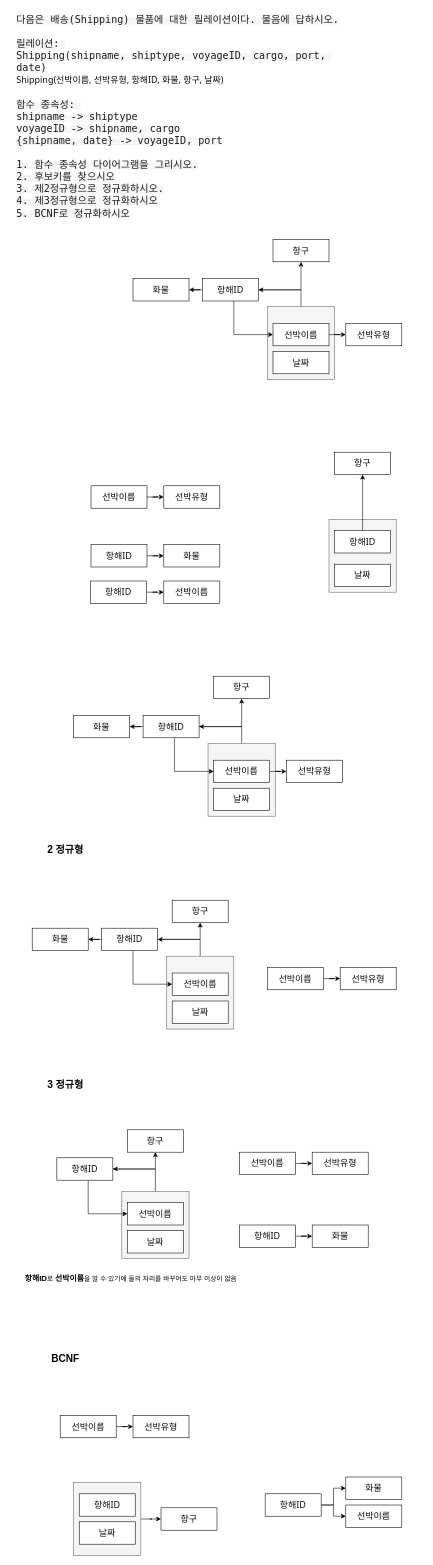
The draw.io diagram page "연습 문제 2" (2 of 2) of 정규화 (이상현상, 함수종속성)/연습문제/함수종속성 연습문제.drawio in kimYong91/sql-study, before the edit. Source tidied: cells renumbered, new cells numbered last; positions are measured from the earlier drawing's top-left corner, leaving out a move shared by most shapes. Both pictures are drawn from the tidied source at 56%, with x=0, y=0 at pixel (10, 10).
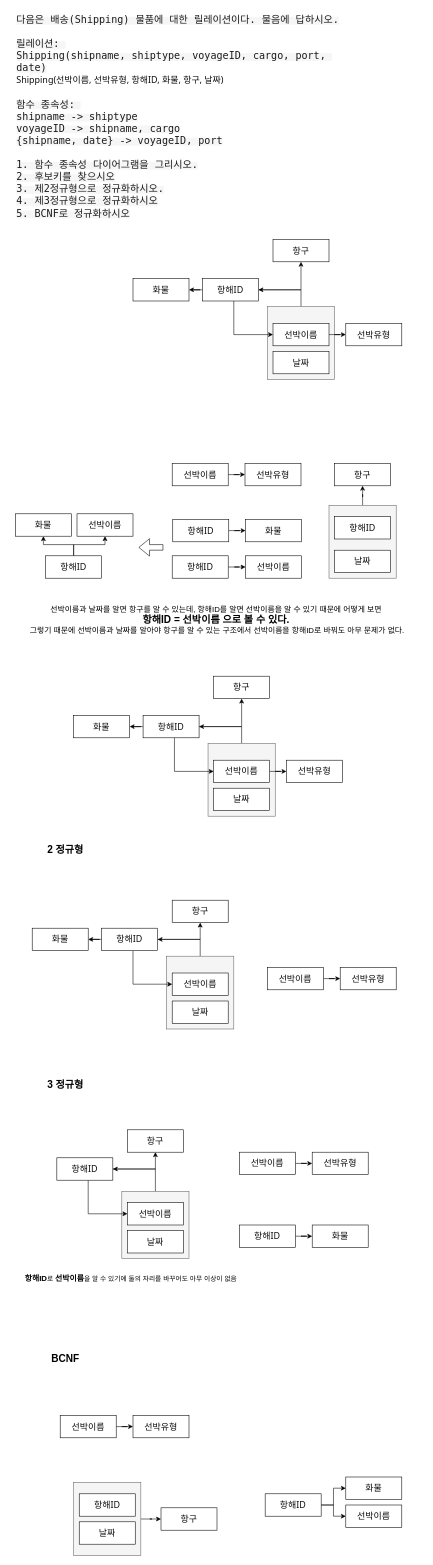
Above is the later version.

Commit message:
함수종속성 연습문제

Change to the diagram source:
```diff
@@
+    <mxCell id="85" style="edgeStyle=orthogonalEdgeStyle;rounded=0;jettySize=auto;html=1;" parent="1" edge="1" source="2" target="81">
+      <mxGeometry relative="1" as="geometry" />
+    </mxCell>
     <mxCell id="2" style="rounded=0;whiteSpace=wrap;html=1;fillColor=#f5f5f5;strokeColor=#666666;fontColor=#333333;" parent="1" vertex="1">
-      <mxGeometry x="569" y="910" width="120" height="130" as="geometry" />
+      <mxGeometry x="569" y="885" width="120" height="130" as="geometry" />
     </mxCell>
@@
     <mxCell id="73" value="&lt;span style=&quot;color: rgb(13, 13, 13); font-family: Söhne, ui-sans-serif, system-ui, -apple-system, &amp;quot;Segoe UI&amp;quot;, Roboto, Ubuntu, Cantarell, &amp;quot;Noto Sans&amp;quot;, sans-serif, &amp;quot;Helvetica Neue&amp;quot;, Arial, &amp;quot;Apple Color Emoji&amp;quot;, &amp;quot;Segoe UI Emoji&amp;quot;, &amp;quot;Segoe UI Symbol&amp;quot;, &amp;quot;Noto Color Emoji&amp;quot;; font-size: 16px; text-align: left; white-space-collapse: preserve; background-color: rgb(255, 255, 255);&quot;&gt;선박이름&lt;/span&gt;" style="whiteSpace=wrap;html=1;align=center;" parent="1" vertex="1">
-      <mxGeometry x="144" y="850" width="100" height="40" as="geometry" />
+      <mxGeometry x="289" y="810" width="100" height="40" as="geometry" />
     </mxCell>
     <mxCell id="74" value="&lt;span style=&quot;color: rgb(13, 13, 13); font-family: Söhne, ui-sans-serif, system-ui, -apple-system, &amp;quot;Segoe UI&amp;quot;, Roboto, Ubuntu, Cantarell, &amp;quot;Noto Sans&amp;quot;, sans-serif, &amp;quot;Helvetica Neue&amp;quot;, Arial, &amp;quot;Apple Color Emoji&amp;quot;, &amp;quot;Segoe UI Emoji&amp;quot;, &amp;quot;Segoe UI Symbol&amp;quot;, &amp;quot;Noto Color Emoji&amp;quot;; font-size: 16px; text-align: left; white-space-collapse: preserve; background-color: rgb(255, 255, 255);&quot;&gt;선박유형&lt;/span&gt;" style="whiteSpace=wrap;html=1;align=center;" parent="1" vertex="1">
-      <mxGeometry x="274" y="850" width="100" height="40" as="geometry" />
+      <mxGeometry x="419" y="810" width="100" height="40" as="geometry" />
     </mxCell>
@@
     <mxCell id="76" value="&lt;span style=&quot;color: rgb(13, 13, 13); font-family: Söhne, ui-sans-serif, system-ui, -apple-system, &amp;quot;Segoe UI&amp;quot;, Roboto, Ubuntu, Cantarell, &amp;quot;Noto Sans&amp;quot;, sans-serif, &amp;quot;Helvetica Neue&amp;quot;, Arial, &amp;quot;Apple Color Emoji&amp;quot;, &amp;quot;Segoe UI Emoji&amp;quot;, &amp;quot;Segoe UI Symbol&amp;quot;, &amp;quot;Noto Color Emoji&amp;quot;; font-size: 16px; text-align: left; white-space-collapse: preserve; background-color: rgb(255, 255, 255);&quot;&gt;항해ID&lt;/span&gt;" style="whiteSpace=wrap;html=1;align=center;" parent="1" vertex="1">
-      <mxGeometry x="144" y="955" width="100" height="40" as="geometry" />
+      <mxGeometry x="290" y="910" width="100" height="40" as="geometry" />
     </mxCell>
     <mxCell id="77" value="&lt;span style=&quot;color: rgb(13, 13, 13); font-family: Söhne, ui-sans-serif, system-ui, -apple-system, &amp;quot;Segoe UI&amp;quot;, Roboto, Ubuntu, Cantarell, &amp;quot;Noto Sans&amp;quot;, sans-serif, &amp;quot;Helvetica Neue&amp;quot;, Arial, &amp;quot;Apple Color Emoji&amp;quot;, &amp;quot;Segoe UI Emoji&amp;quot;, &amp;quot;Segoe UI Symbol&amp;quot;, &amp;quot;Noto Color Emoji&amp;quot;; font-size: 16px; font-style: normal; font-variant-ligatures: normal; font-variant-caps: normal; font-weight: 400; letter-spacing: normal; orphans: 2; text-align: left; text-indent: 0px; text-transform: none; widows: 2; word-spacing: 0px; -webkit-text-stroke-width: 0px; white-space: pre-wrap; background-color: rgb(255, 255, 255); text-decoration-thickness: initial; text-decoration-style: initial; text-decoration-color: initial; display: inline !important; float: none;&quot;&gt;화물&lt;/span&gt;" style="whiteSpace=wrap;html=1;align=center;" parent="1" vertex="1">
-      <mxGeometry x="274" y="955" width="100" height="40" as="geometry" />
+      <mxGeometry x="420" y="910" width="100" height="40" as="geometry" />
     </mxCell>
     <mxCell id="78" value="&lt;span style=&quot;color: rgb(13, 13, 13); font-family: Söhne, ui-sans-serif, system-ui, -apple-system, &amp;quot;Segoe UI&amp;quot;, Roboto, Ubuntu, Cantarell, &amp;quot;Noto Sans&amp;quot;, sans-serif, &amp;quot;Helvetica Neue&amp;quot;, Arial, &amp;quot;Apple Color Emoji&amp;quot;, &amp;quot;Segoe UI Emoji&amp;quot;, &amp;quot;Segoe UI Symbol&amp;quot;, &amp;quot;Noto Color Emoji&amp;quot;; font-size: 16px; text-align: left; white-space-collapse: preserve; background-color: rgb(255, 255, 255);&quot;&gt;항해ID&lt;/span&gt;" style="whiteSpace=wrap;html=1;align=center;" parent="1" vertex="1">
-      <mxGeometry x="579" y="930" width="100" height="40" as="geometry" />
+      <mxGeometry x="579" y="905" width="100" height="40" as="geometry" />
     </mxCell>
-    <mxCell id="79" style="edgeStyle=orthogonalEdgeStyle;rounded=0;jettySize=auto;html=1;" parent="1" edge="1" source="78" target="81">
-      <mxGeometry relative="1" as="geometry" />
-    </mxCell>
     <mxCell id="80" value="&lt;span style=&quot;color: rgb(13, 13, 13); font-family: Söhne, ui-sans-serif, system-ui, -apple-system, &amp;quot;Segoe UI&amp;quot;, Roboto, Ubuntu, Cantarell, &amp;quot;Noto Sans&amp;quot;, sans-serif, &amp;quot;Helvetica Neue&amp;quot;, Arial, &amp;quot;Apple Color Emoji&amp;quot;, &amp;quot;Segoe UI Emoji&amp;quot;, &amp;quot;Segoe UI Symbol&amp;quot;, &amp;quot;Noto Color Emoji&amp;quot;; font-size: 16px; text-align: left; white-space-collapse: preserve; background-color: rgb(255, 255, 255);&quot;&gt;날짜&lt;/span&gt;" style="whiteSpace=wrap;html=1;align=center;" parent="1" vertex="1">
-      <mxGeometry x="579" y="990" width="100" height="40" as="geometry" />
+      <mxGeometry x="579" y="965" width="100" height="40" as="geometry" />
     </mxCell>
     <mxCell id="81" value="&lt;span style=&quot;color: rgb(13, 13, 13); font-family: Söhne, ui-sans-serif, system-ui, -apple-system, &amp;quot;Segoe UI&amp;quot;, Roboto, Ubuntu, Cantarell, &amp;quot;Noto Sans&amp;quot;, sans-serif, &amp;quot;Helvetica Neue&amp;quot;, Arial, &amp;quot;Apple Color Emoji&amp;quot;, &amp;quot;Segoe UI Emoji&amp;quot;, &amp;quot;Segoe UI Symbol&amp;quot;, &amp;quot;Noto Color Emoji&amp;quot;; font-size: 16px; text-align: left; white-space-collapse: preserve; background-color: rgb(255, 255, 255);&quot;&gt;항구&lt;/span&gt;" style="whiteSpace=wrap;html=1;align=center;" parent="1" vertex="1">
-      <mxGeometry x="579" y="790" width="100" height="40" as="geometry" />
+      <mxGeometry x="579" y="810" width="100" height="40" as="geometry" />
     </mxCell>
     <mxCell id="82" value="&lt;span style=&quot;color: rgb(13, 13, 13); font-family: Söhne, ui-sans-serif, system-ui, -apple-system, &amp;quot;Segoe UI&amp;quot;, Roboto, Ubuntu, Cantarell, &amp;quot;Noto Sans&amp;quot;, sans-serif, &amp;quot;Helvetica Neue&amp;quot;, Arial, &amp;quot;Apple Color Emoji&amp;quot;, &amp;quot;Segoe UI Emoji&amp;quot;, &amp;quot;Segoe UI Symbol&amp;quot;, &amp;quot;Noto Color Emoji&amp;quot;; font-size: 16px; text-align: left; white-space-collapse: preserve; background-color: rgb(255, 255, 255);&quot;&gt;선박이름&lt;/span&gt;" style="whiteSpace=wrap;html=1;align=center;" parent="1" vertex="1">
-      <mxGeometry x="274" y="1020" width="100" height="40" as="geometry" />
+      <mxGeometry x="420" y="975" width="100" height="40" as="geometry" />
     </mxCell>
@@
     <mxCell id="84" value="&lt;span style=&quot;color: rgb(13, 13, 13); font-family: Söhne, ui-sans-serif, system-ui, -apple-system, &amp;quot;Segoe UI&amp;quot;, Roboto, Ubuntu, Cantarell, &amp;quot;Noto Sans&amp;quot;, sans-serif, &amp;quot;Helvetica Neue&amp;quot;, Arial, &amp;quot;Apple Color Emoji&amp;quot;, &amp;quot;Segoe UI Emoji&amp;quot;, &amp;quot;Segoe UI Symbol&amp;quot;, &amp;quot;Noto Color Emoji&amp;quot;; font-size: 16px; text-align: left; white-space-collapse: preserve; background-color: rgb(255, 255, 255);&quot;&gt;항해ID&lt;/span&gt;" style="whiteSpace=wrap;html=1;align=center;" parent="1" vertex="1">
-      <mxGeometry x="143" y="1020" width="100" height="40" as="geometry" />
+      <mxGeometry x="289" y="975" width="100" height="40" as="geometry" />
     </mxCell>
+    <mxCell id="86" style="shape=flexArrow;endArrow=classic;html=1;rounded=0;" parent="1" edge="1">
+      <mxGeometry relative="1" as="geometry">
+        <mxPoint x="273" y="960" as="sourcePoint" />
+        <mxPoint x="229" y="960" as="targetPoint" />
+        <Array as="points">
+          <mxPoint x="273" y="960" />
+        </Array>
+      </mxGeometry>
+    </mxCell>
+    <mxCell id="87" style="edgeStyle=orthogonalEdgeStyle;rounded=0;jettySize=auto;html=1;entryX=0.5;entryY=1;entryDx=0;entryDy=0;" parent="1" edge="1" source="89" target="91">
+      <mxGeometry relative="1" as="geometry" />
+    </mxCell>
+    <mxCell id="88" style="edgeStyle=orthogonalEdgeStyle;rounded=0;jettySize=auto;html=1;entryX=0.5;entryY=1;entryDx=0;entryDy=0;" parent="1" edge="1" source="89" target="90">
+      <mxGeometry relative="1" as="geometry">
+        <Array as="points">
+          <mxPoint x="113" y="955" />
+          <mxPoint x="59" y="955" />
+        </Array>
+      </mxGeometry>
+    </mxCell>
+    <mxCell id="89" value="&lt;span style=&quot;color: rgb(13, 13, 13); font-family: Söhne, ui-sans-serif, system-ui, -apple-system, &amp;quot;Segoe UI&amp;quot;, Roboto, Ubuntu, Cantarell, &amp;quot;Noto Sans&amp;quot;, sans-serif, &amp;quot;Helvetica Neue&amp;quot;, Arial, &amp;quot;Apple Color Emoji&amp;quot;, &amp;quot;Segoe UI Emoji&amp;quot;, &amp;quot;Segoe UI Symbol&amp;quot;, &amp;quot;Noto Color Emoji&amp;quot;; font-size: 16px; text-align: left; white-space-collapse: preserve; background-color: rgb(255, 255, 255);&quot;&gt;항해ID&lt;/span&gt;" style="whiteSpace=wrap;html=1;align=center;" parent="1" vertex="1">
+      <mxGeometry x="63" y="975" width="100" height="40" as="geometry" />
+    </mxCell>
+    <mxCell id="90" value="&lt;span style=&quot;color: rgb(13, 13, 13); font-family: Söhne, ui-sans-serif, system-ui, -apple-system, &amp;quot;Segoe UI&amp;quot;, Roboto, Ubuntu, Cantarell, &amp;quot;Noto Sans&amp;quot;, sans-serif, &amp;quot;Helvetica Neue&amp;quot;, Arial, &amp;quot;Apple Color Emoji&amp;quot;, &amp;quot;Segoe UI Emoji&amp;quot;, &amp;quot;Segoe UI Symbol&amp;quot;, &amp;quot;Noto Color Emoji&amp;quot;; font-size: 16px; font-style: normal; font-variant-ligatures: normal; font-variant-caps: normal; font-weight: 400; letter-spacing: normal; orphans: 2; text-align: left; text-indent: 0px; text-transform: none; widows: 2; word-spacing: 0px; -webkit-text-stroke-width: 0px; white-space: pre-wrap; background-color: rgb(255, 255, 255); text-decoration-thickness: initial; text-decoration-style: initial; text-decoration-color: initial; display: inline !important; float: none;&quot;&gt;화물&lt;/span&gt;" style="whiteSpace=wrap;html=1;align=center;" parent="1" vertex="1">
+      <mxGeometry x="9" y="900" width="100" height="40" as="geometry" />
+    </mxCell>
+    <mxCell id="91" value="&lt;span style=&quot;color: rgb(13, 13, 13); font-family: Söhne, ui-sans-serif, system-ui, -apple-system, &amp;quot;Segoe UI&amp;quot;, Roboto, Ubuntu, Cantarell, &amp;quot;Noto Sans&amp;quot;, sans-serif, &amp;quot;Helvetica Neue&amp;quot;, Arial, &amp;quot;Apple Color Emoji&amp;quot;, &amp;quot;Segoe UI Emoji&amp;quot;, &amp;quot;Segoe UI Symbol&amp;quot;, &amp;quot;Noto Color Emoji&amp;quot;; font-size: 16px; text-align: left; white-space-collapse: preserve; background-color: rgb(255, 255, 255);&quot;&gt;선박이름&lt;/span&gt;" style="whiteSpace=wrap;html=1;align=center;" parent="1" vertex="1">
+      <mxGeometry x="119" y="900" width="100" height="40" as="geometry" />
+    </mxCell>
+    <mxCell id="92" value="&lt;font style=&quot;font-size: 14px;&quot;&gt;선박이름과 날짜를 알면 항구를 알 수 있는데, 항해ID를 알면 선박이름을 알 수 있기 때문에 어떻게 보면&amp;nbsp;&lt;/font&gt;&lt;div&gt;&lt;font style=&quot;&quot;&gt;&lt;b style=&quot;&quot;&gt;&lt;font style=&quot;font-size: 18px;&quot;&gt;항해ID = 선박이름&amp;nbsp;으로 볼 수 있다.&lt;/font&gt;&lt;/b&gt;&lt;span style=&quot;font-size: 14px;&quot;&gt;&amp;nbsp;&lt;/span&gt;&lt;/font&gt;&lt;/div&gt;&lt;div&gt;&lt;font style=&quot;font-size: 14px;&quot;&gt;그렇기 때문에&amp;nbsp;&lt;span style=&quot;background-color: initial;&quot;&gt;선박이름과 날짜를 알아야 항구를 알 수 있는 구조에서 선박이름을&amp;nbsp;&lt;/span&gt;&lt;span style=&quot;background-color: initial;&quot;&gt;항해ID로 바꿔도 아무 문제가 없다.&lt;/span&gt;&lt;/font&gt;&lt;/div&gt;" style="text;html=1;align=center;verticalAlign=middle;strokeColor=none;fillColor=none;" parent="1" vertex="1">
+      <mxGeometry x="-1" y="1055" width="740" height="70" as="geometry" />
+    </mxCell>
```
